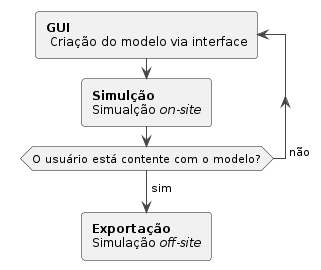
Before: diagrams/img/fluxograma-exp.png, a diagram exported from PlantUML (Syndelis/dissertacao-mestrado). The source it was exported from:
```plantuml
@startuml
!theme vibrant
repeat :**GUI**\n Criação do modelo via interface;

:**Simulção**
Simualção //on-site//;

repeat while (O usuário está contente com o modelo?) is (    não)
-> sim;

:**Exportação**
Simulação //off-site//;
@enduml
```
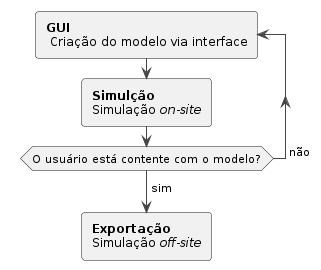
Above is the later version.

Change to the diagram source:
```diff
@@ -3,7 +3,7 @@
 repeat :**GUI**\n Criação do modelo via interface;
 
 :**Simulção**
-Simualção //on-site//;
+Simulação //on-site//;
 
 repeat while (O usuário está contente com o modelo?) is (    não)
 -> sim;
```
